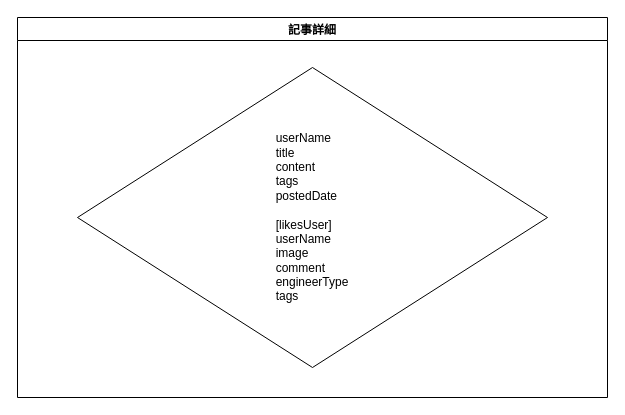
This is page "記事画面" (3 of 8) of Designs/要件定義.drawio from yusuke-rakus/Qiish, a draw.io file, before an edit. Source tidied: cells renumbered, new cells numbered last; positions are measured from the earlier drawing's top-left corner, leaving out a move shared by most shapes. Both pictures are drawn from the tidied source at 100%, with x=0, y=0 at pixel (17, 17).
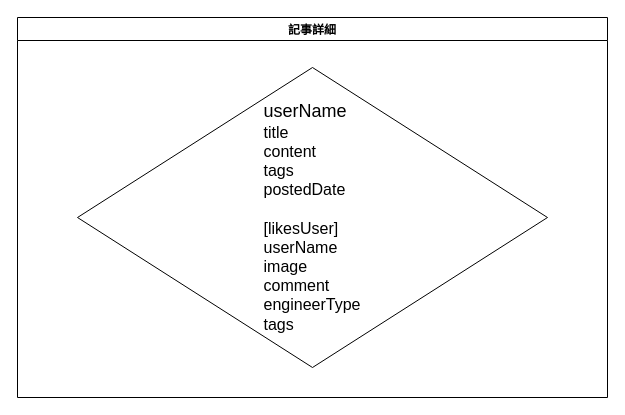
The same page after the edit.

What changed in the source:
```diff
@@
 <mxGraphModel>
   <root>
     <mxCell id="0" />
     <mxCell id="1" parent="0" />
     <mxCell id="2" value="記事詳細" style="swimlane;" parent="1" vertex="1">
       <mxGeometry width="590" height="380" as="geometry" />
     </mxCell>
-    <mxCell id="3" value="&lt;div style=&quot;text-align: justify&quot;&gt;&lt;span&gt;userName&lt;/span&gt;&lt;br&gt;&lt;/div&gt;&lt;div style=&quot;text-align: justify&quot;&gt;title&lt;/div&gt;&lt;div style=&quot;text-align: justify&quot;&gt;content&lt;/div&gt;&lt;div style=&quot;text-align: justify&quot;&gt;tags&lt;/div&gt;&lt;div style=&quot;text-align: justify&quot;&gt;postedDate&lt;/div&gt;&lt;div style=&quot;text-align: justify&quot;&gt;&lt;br&gt;&lt;/div&gt;&lt;div style=&quot;text-align: justify&quot;&gt;[likesUser]&lt;/div&gt;&lt;div style=&quot;text-align: justify&quot;&gt;userName&lt;/div&gt;&lt;div style=&quot;text-align: justify&quot;&gt;image&lt;/div&gt;&lt;div style=&quot;text-align: justify&quot;&gt;comment&lt;/div&gt;&lt;div style=&quot;text-align: justify&quot;&gt;engineerType&lt;/div&gt;&lt;div style=&quot;text-align: justify&quot;&gt;tags&lt;/div&gt;" style="rhombus;whiteSpace=wrap;html=1;" parent="2" vertex="1">
+    <mxCell id="3" value="&lt;div style=&quot;text-align: justify&quot;&gt;&lt;font style=&quot;font-size: 18px&quot;&gt;&lt;span&gt;userName&lt;/span&gt;&lt;br&gt;&lt;/font&gt;&lt;/div&gt;&lt;div style=&quot;text-align: justify&quot;&gt;&lt;font size=&quot;3&quot;&gt;title&lt;/font&gt;&lt;/div&gt;&lt;div style=&quot;text-align: justify&quot;&gt;&lt;font size=&quot;3&quot;&gt;content&lt;/font&gt;&lt;/div&gt;&lt;div style=&quot;text-align: justify&quot;&gt;&lt;font size=&quot;3&quot;&gt;tags&lt;/font&gt;&lt;/div&gt;&lt;div style=&quot;text-align: justify&quot;&gt;&lt;font size=&quot;3&quot;&gt;postedDate&lt;/font&gt;&lt;/div&gt;&lt;div style=&quot;text-align: justify&quot;&gt;&lt;font size=&quot;3&quot;&gt;&lt;br&gt;&lt;/font&gt;&lt;/div&gt;&lt;div style=&quot;text-align: justify&quot;&gt;&lt;font size=&quot;3&quot;&gt;[likesUser]&lt;/font&gt;&lt;/div&gt;&lt;div style=&quot;text-align: justify&quot;&gt;&lt;font size=&quot;3&quot;&gt;userName&lt;/font&gt;&lt;/div&gt;&lt;div style=&quot;text-align: justify&quot;&gt;&lt;font size=&quot;3&quot;&gt;image&lt;/font&gt;&lt;/div&gt;&lt;div style=&quot;text-align: justify&quot;&gt;&lt;font size=&quot;3&quot;&gt;comment&lt;/font&gt;&lt;/div&gt;&lt;div style=&quot;text-align: justify&quot;&gt;&lt;font size=&quot;3&quot;&gt;engineerType&lt;/font&gt;&lt;/div&gt;&lt;div style=&quot;text-align: justify&quot;&gt;&lt;font size=&quot;3&quot;&gt;tags&lt;/font&gt;&lt;/div&gt;" style="rhombus;whiteSpace=wrap;html=1;" parent="2" vertex="1">
       <mxGeometry x="60" y="50" width="470" height="300" as="geometry" />
     </mxCell>
   </root>
 </mxGraphModel>
```
